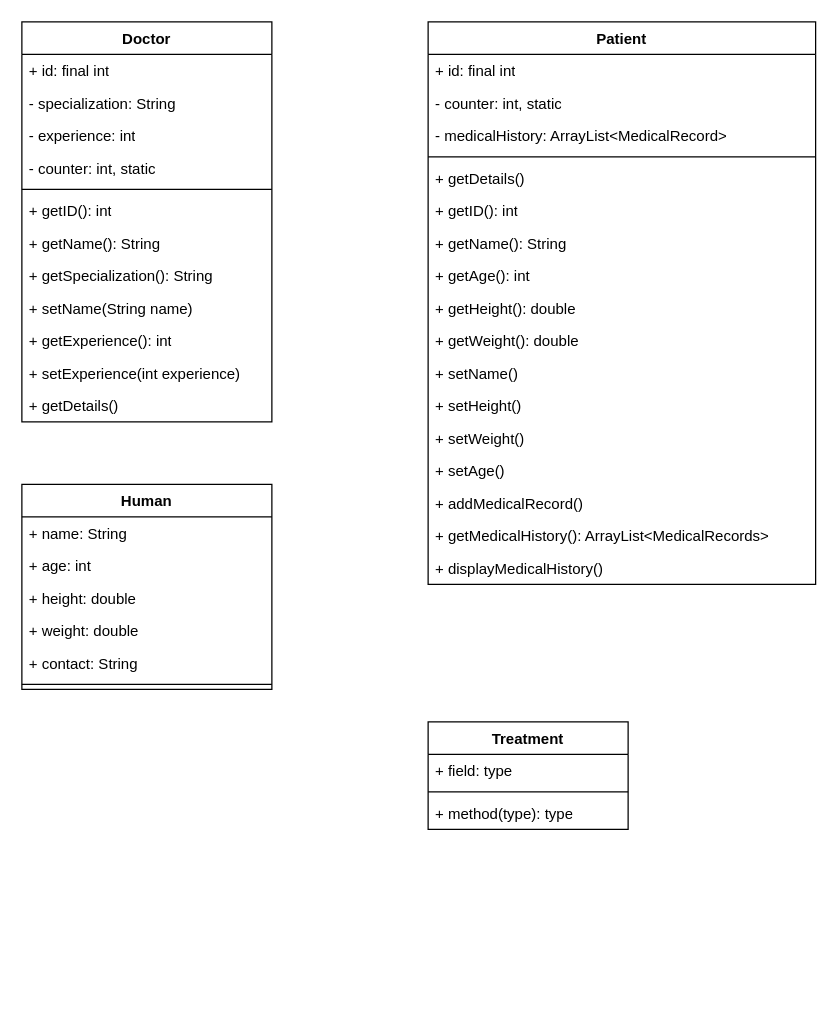
abobymotaki/uncharted keeps this draw.io diagram as UMLDiagram.drawio. Above is the earlier version. Source tidied: cells renumbered, new cells numbered last; positions are measured from the earlier drawing's top-left corner, leaving out a move shared by most shapes. Both pictures are drawn from the tidied source at 125%, with x=0, y=0 at pixel (21, 21).
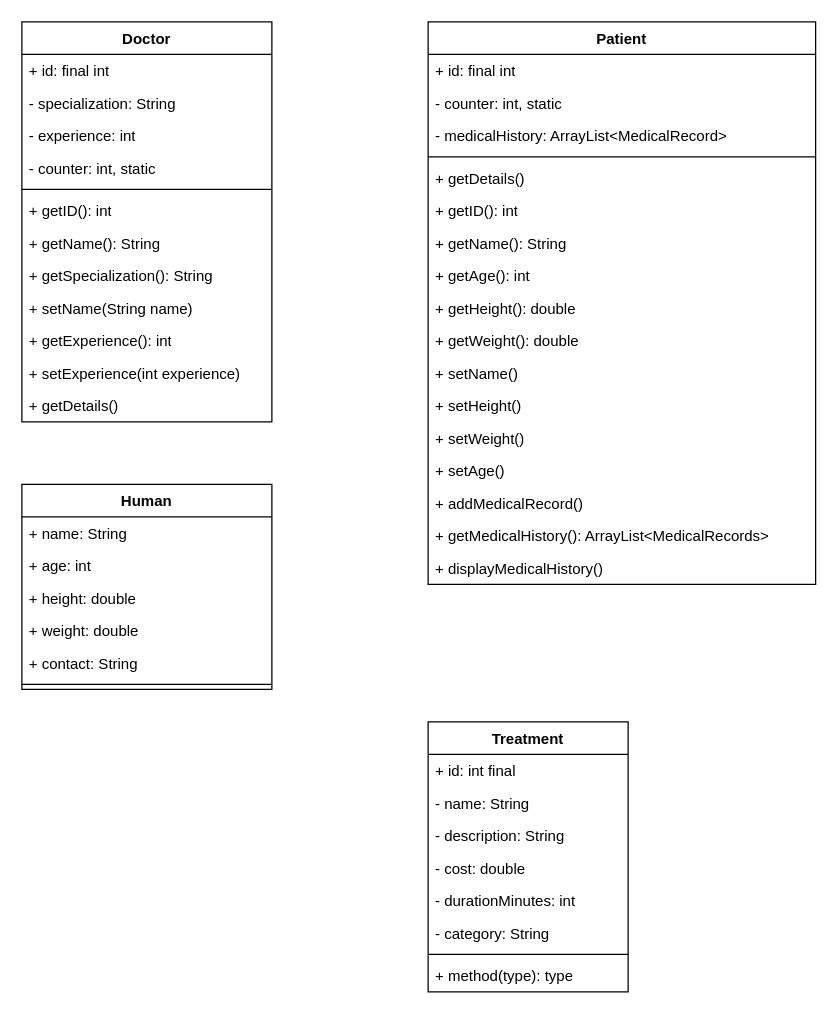
Above is the later version.

Diff of the diagram source:
```diff
@@
     <mxCell id="40" value="Treatment" style="swimlane;fontStyle=1;align=center;verticalAlign=top;horizontal=1;startSize=26;whiteSpace=wrap;html=1;" parent="1" vertex="1">
-      <mxGeometry x="325" y="560" width="160" height="86" as="geometry" />
+      <mxGeometry x="325" y="560" width="160" height="216" as="geometry" />
     </mxCell>
-    <mxCell id="41" value="+ field: type" style="text;strokeColor=none;fillColor=none;align=left;verticalAlign=top;spacingLeft=4;spacingRight=4;overflow=hidden;whiteSpace=wrap;html=1;" parent="40" vertex="1">
+    <mxCell id="41" value="+ id: int final" style="text;strokeColor=none;fillColor=none;align=left;verticalAlign=top;spacingLeft=4;spacingRight=4;overflow=hidden;whiteSpace=wrap;html=1;" parent="40" vertex="1">
       <mxGeometry y="26" width="160" height="26" as="geometry" />
     </mxCell>
+    <mxCell id="44" value="- name: String" style="text;strokeColor=none;fillColor=none;align=left;verticalAlign=top;spacingLeft=4;spacingRight=4;overflow=hidden;whiteSpace=wrap;html=1;" parent="40" vertex="1">
+      <mxGeometry y="52" width="160" height="26" as="geometry" />
+    </mxCell>
+    <mxCell id="45" value="- description: String" style="text;strokeColor=none;fillColor=none;align=left;verticalAlign=top;spacingLeft=4;spacingRight=4;overflow=hidden;whiteSpace=wrap;html=1;" parent="40" vertex="1">
+      <mxGeometry y="78" width="160" height="26" as="geometry" />
+    </mxCell>
+    <mxCell id="46" value="- cost: double" style="text;strokeColor=none;fillColor=none;align=left;verticalAlign=top;spacingLeft=4;spacingRight=4;overflow=hidden;whiteSpace=wrap;html=1;" parent="40" vertex="1">
+      <mxGeometry y="104" width="160" height="26" as="geometry" />
+    </mxCell>
+    <mxCell id="47" value="- durationMinutes: int" style="text;strokeColor=none;fillColor=none;align=left;verticalAlign=top;spacingLeft=4;spacingRight=4;overflow=hidden;whiteSpace=wrap;html=1;" parent="40" vertex="1">
+      <mxGeometry y="130" width="160" height="26" as="geometry" />
+    </mxCell>
+    <mxCell id="48" value="- category: String" style="text;strokeColor=none;fillColor=none;align=left;verticalAlign=top;spacingLeft=4;spacingRight=4;overflow=hidden;whiteSpace=wrap;html=1;" parent="40" vertex="1">
+      <mxGeometry y="156" width="160" height="26" as="geometry" />
+    </mxCell>
     <mxCell id="42" style="line;strokeWidth=1;fillColor=none;align=left;verticalAlign=middle;spacingTop=-1;spacingLeft=3;spacingRight=3;labelPosition=right;strokeColor=inherit;" parent="40" vertex="1">
-      <mxGeometry y="52" width="160" height="8" as="geometry" />
+      <mxGeometry y="182" width="160" height="8" as="geometry" />
     </mxCell>
     <mxCell id="43" value="+ method(type): type" style="text;strokeColor=none;fillColor=none;align=left;verticalAlign=top;spacingLeft=4;spacingRight=4;overflow=hidden;whiteSpace=wrap;html=1;" parent="40" vertex="1">
-      <mxGeometry y="60" width="160" height="26" as="geometry" />
+      <mxGeometry y="190" width="160" height="26" as="geometry" />
     </mxCell>
```
